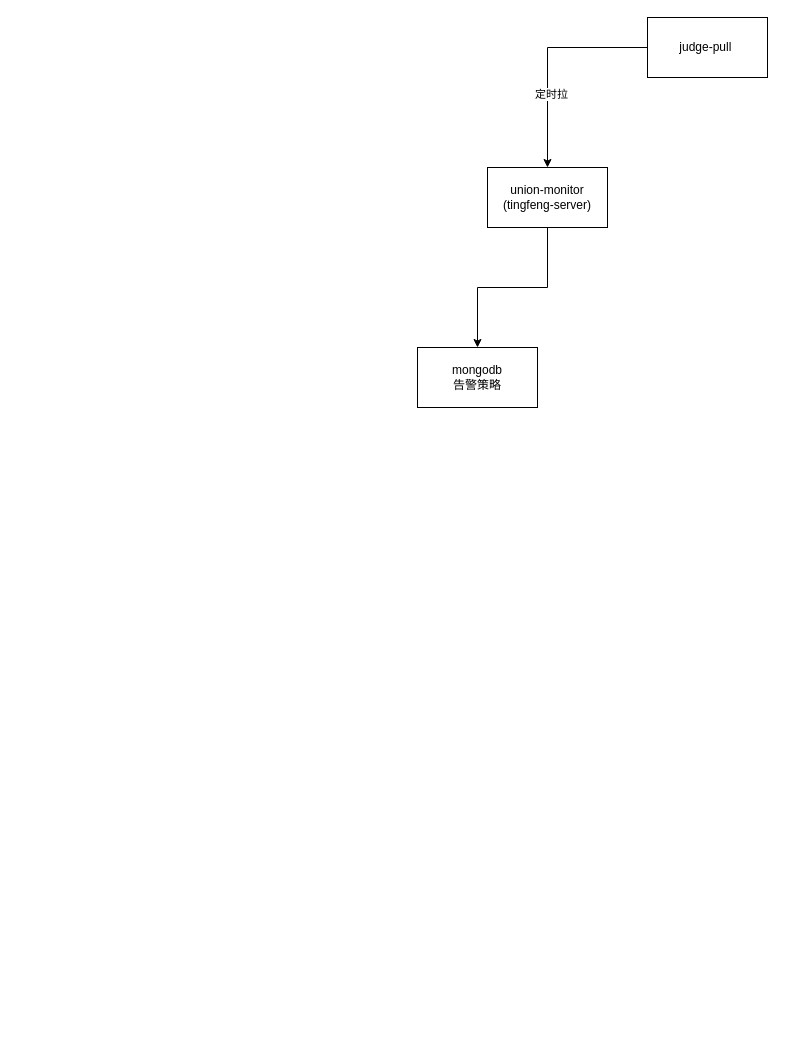
Before: monitor.drawio in jingb/pythonRepo, a draw.io diagram. Source tidied: cells renumbered, new cells numbered last; positions are measured from the earlier drawing's top-left corner, leaving out a move shared by most shapes. Both pictures are drawn from the tidied source at 100%, with x=0, y=0 at pixel (417, 17).
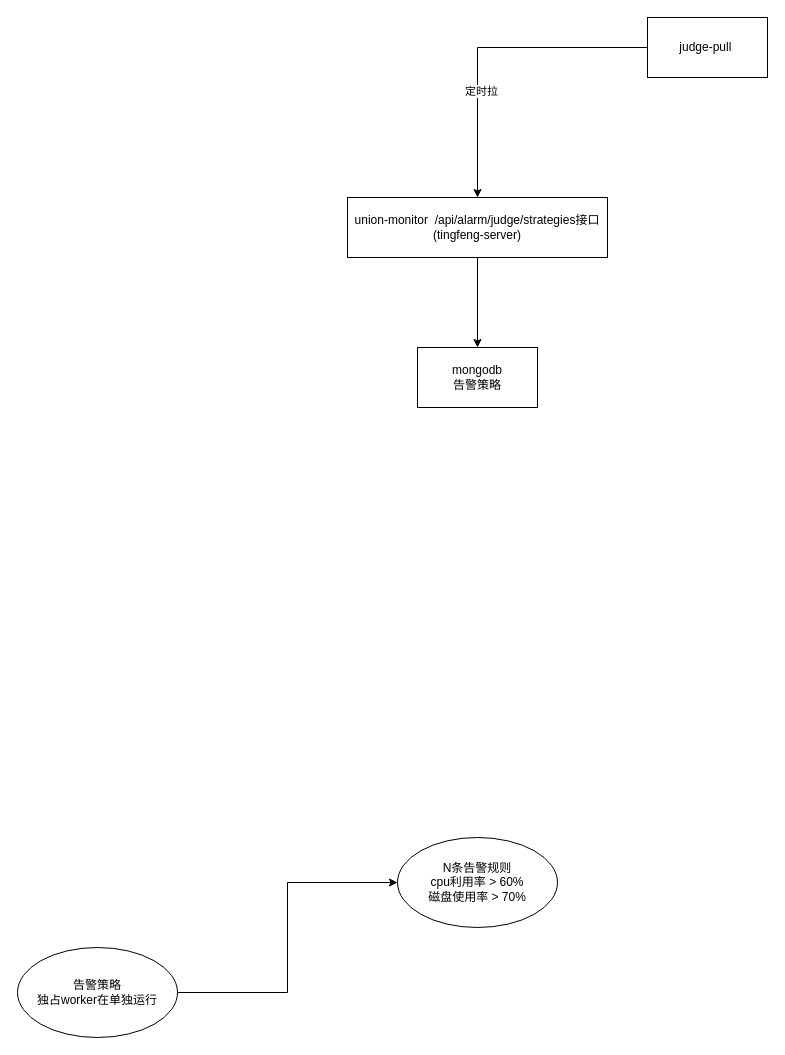
Above is the later version.

Change to the diagram source:
```diff
@@
 <mxGraphModel>
   <root>
     <mxCell id="0" />
     <mxCell id="1" parent="0" />
     <mxCell id="2" style="edgeStyle=orthogonalEdgeStyle;rounded=0;jettySize=auto;html=1;exitX=0;exitY=0.5;exitDx=0;exitDy=0;entryX=0.5;entryY=0;entryDx=0;entryDy=0;" parent="1" edge="1" source="4" target="6">
       <mxGeometry relative="1" as="geometry" />
     </mxCell>
     <mxCell id="3" value="定时拉" style="edgeLabel;html=1;align=center;verticalAlign=middle;" parent="2" vertex="1">
       <mxGeometry x="0.33" y="3" relative="1" as="geometry" />
     </mxCell>
     <mxCell id="4" value="judge-pull&amp;nbsp;" style="rounded=0;whiteSpace=wrap;html=1;" parent="1" vertex="1">
       <mxGeometry x="230" width="120" height="60" as="geometry" />
     </mxCell>
     <mxCell id="5" style="edgeStyle=orthogonalEdgeStyle;rounded=0;jettySize=auto;html=1;exitX=0.5;exitY=1;exitDx=0;exitDy=0;entryX=0.5;entryY=0;entryDx=0;entryDy=0;" parent="1" edge="1" source="6" target="7">
       <mxGeometry relative="1" as="geometry" />
     </mxCell>
-    <mxCell id="6" value="union-monitor&lt;br&gt;(tingfeng-server)" style="rounded=0;whiteSpace=wrap;html=1;" parent="1" vertex="1">
-      <mxGeometry x="70" y="150" width="120" height="60" as="geometry" />
+    <mxCell id="6" value="union-monitor&amp;nbsp;&amp;nbsp;/api/alarm/judge/strategies接口&lt;br&gt;(tingfeng-server)" style="rounded=0;whiteSpace=wrap;html=1;" parent="1" vertex="1">
+      <mxGeometry x="-70" y="180" width="260" height="60" as="geometry" />
     </mxCell>
     <mxCell id="7" value="mongodb&lt;br&gt;告警策略" style="rounded=0;whiteSpace=wrap;html=1;" parent="1" vertex="1">
       <mxGeometry y="330" width="120" height="60" as="geometry" />
     </mxCell>
+    <mxCell id="8" style="edgeStyle=orthogonalEdgeStyle;rounded=0;jettySize=auto;html=1;exitX=1;exitY=0.5;exitDx=0;exitDy=0;entryX=0;entryY=0.5;entryDx=0;entryDy=0;" parent="1" edge="1" source="9" target="10">
+      <mxGeometry relative="1" as="geometry" />
+    </mxCell>
+    <mxCell id="9" value="告警策略&lt;br&gt;独占worker在单独运行" style="ellipse;whiteSpace=wrap;html=1;" parent="1" vertex="1">
+      <mxGeometry x="-400" y="930" width="160" height="90" as="geometry" />
+    </mxCell>
+    <mxCell id="10" value="N条告警规则&lt;br&gt;cpu利用率 &amp;gt; 60%&lt;br&gt;磁盘使用率 &amp;gt; 70%" style="ellipse;whiteSpace=wrap;html=1;" parent="1" vertex="1">
+      <mxGeometry x="-20" y="820" width="160" height="90" as="geometry" />
+    </mxCell>
   </root>
 </mxGraphModel>
```
